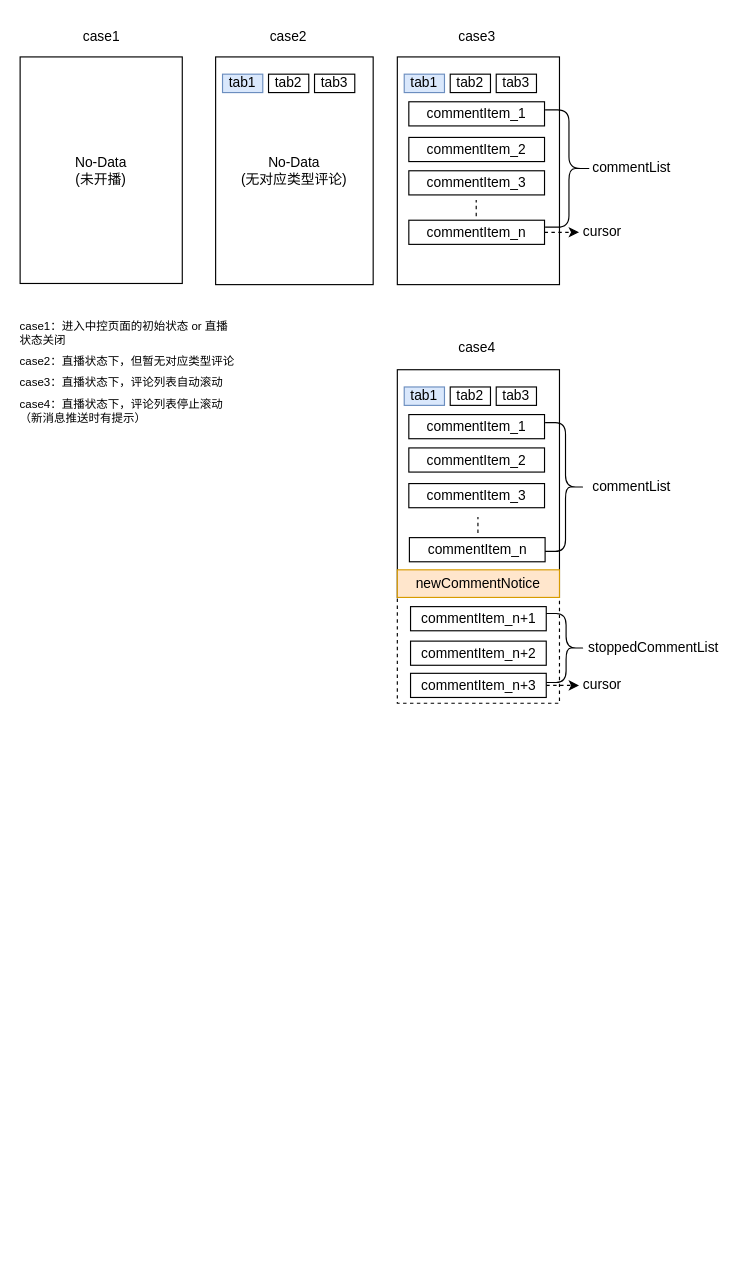
632460788/gitskills keeps this draw.io diagram as page "第 2 页" (2 of 4) of 未命名绘图.drawio. Above is the earlier version. Source tidied: cells renumbered, new cells numbered last; positions are measured from the earlier drawing's top-left corner, leaving out a move shared by most shapes. Both pictures are drawn from the tidied source at 115%, with x=0, y=0 at pixel (20, 20).
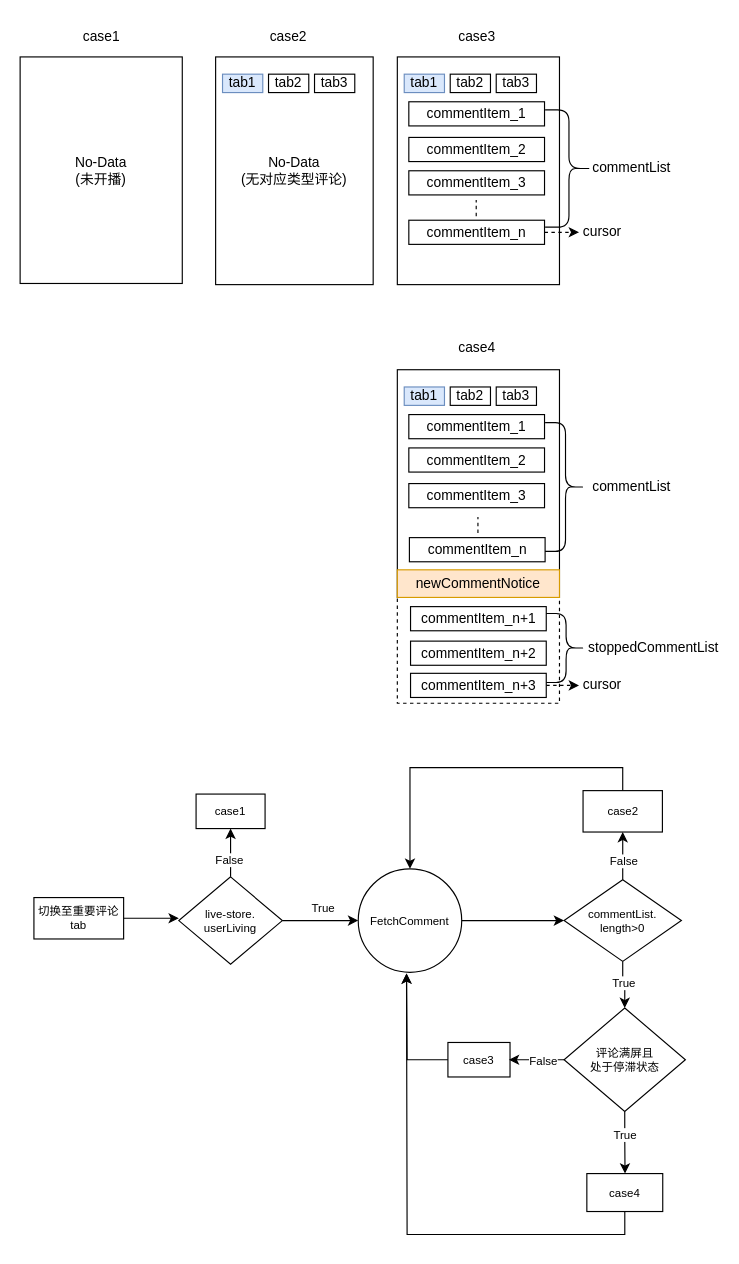
The same diagram, later.

Commit message:
更新未命名绘图.drawio

Change to the diagram source:
```diff
@@
-    <mxCell id="44" value="&lt;h1 style=&quot;font-size: 10px;&quot;&gt;&lt;span style=&quot;line-height: 0.6; font-size: 10px; font-weight: normal;&quot;&gt;&lt;font style=&quot;font-size: 10px;&quot;&gt;case1：进入中控页面的初始状态 or 直播状态关闭&lt;/font&gt;&lt;/span&gt;&lt;/h1&gt;&lt;h1 style=&quot;font-size: 10px;&quot;&gt;&lt;span style=&quot;font-weight: normal;&quot;&gt;case2：直播状态下，但暂无对应类型评论&lt;/span&gt;&lt;/h1&gt;&lt;h1 style=&quot;font-size: 10px;&quot;&gt;&lt;span style=&quot;font-weight: normal;&quot;&gt;case3：直播状态下，评论列表自动滚动&lt;/span&gt;&lt;/h1&gt;&lt;h1 style=&quot;font-size: 10px;&quot;&gt;&lt;span style=&quot;font-weight: normal;&quot;&gt;case4：直播状态下，评论列表停止滚动（新消息推送时有提示）&lt;/span&gt;&lt;/h1&gt;&lt;div style=&quot;font-size: 10px;&quot;&gt;&lt;span style=&quot;font-size: 10px; font-weight: 400;&quot;&gt;&lt;br style=&quot;font-size: 10px;&quot;&gt;&lt;/span&gt;&lt;/div&gt;" style="text;html=1;strokeColor=none;fillColor=none;spacing=0;spacingTop=0;whiteSpace=wrap;overflow=hidden;rounded=0;fontSize=10;" parent="1" vertex="1">
-      <mxGeometry y="248.5" width="186" height="159.5" as="geometry" />
-    </mxCell>
+    <mxCell id="45" style="edgeStyle=orthogonalEdgeStyle;rounded=0;jettySize=auto;html=1;exitX=1;exitY=0.5;exitDx=0;exitDy=0;entryX=0;entryY=0.5;entryDx=0;entryDy=0;fontSize=10;endArrow=classic;endFill=1;strokeWidth=1;" parent="1" edge="1" source="46">
+      <mxGeometry relative="1" as="geometry">
+        <mxPoint x="138" y="781" as="targetPoint" />
+      </mxGeometry>
+    </mxCell>
+    <mxCell id="46" value="切换至重要评论tab" style="rounded=0;whiteSpace=wrap;html=1;fontSize=10;strokeWidth=1;fillColor=none;" parent="1" vertex="1">
+      <mxGeometry x="12" y="763" width="78" height="36" as="geometry" />
+    </mxCell>
+    <mxCell id="47" style="edgeStyle=orthogonalEdgeStyle;rounded=0;jettySize=auto;html=1;exitX=0.5;exitY=0;exitDx=0;exitDy=0;fontSize=10;endArrow=classic;endFill=1;strokeWidth=1;" parent="1" edge="1" source="50">
+      <mxGeometry relative="1" as="geometry">
+        <mxPoint x="183" y="703" as="targetPoint" />
+      </mxGeometry>
+    </mxCell>
+    <mxCell id="48" value="False" style="edgeLabel;html=1;align=center;verticalAlign=middle;fontSize=10;" parent="47" vertex="1">
+      <mxGeometry x="-0.24" y="2" relative="1" as="geometry" />
+    </mxCell>
+    <mxCell id="49" style="edgeStyle=orthogonalEdgeStyle;rounded=0;jettySize=auto;html=1;exitX=1;exitY=0.5;exitDx=0;exitDy=0;fontSize=10;endArrow=classic;endFill=1;strokeWidth=1;" parent="1" edge="1" source="50" target="62">
+      <mxGeometry relative="1" as="geometry" />
+    </mxCell>
+    <mxCell id="50" value="live-store.&lt;br&gt;userLiving" style="rhombus;whiteSpace=wrap;html=1;rounded=0;fontSize=10;strokeWidth=1;fillColor=none;" parent="1" vertex="1">
+      <mxGeometry x="138" y="745" width="90" height="76" as="geometry" />
+    </mxCell>
+    <mxCell id="51" value="case1" style="rounded=0;whiteSpace=wrap;html=1;fontSize=10;strokeWidth=1;fillColor=none;" parent="1" vertex="1">
+      <mxGeometry x="153" y="673" width="60" height="30" as="geometry" />
+    </mxCell>
+    <mxCell id="52" style="edgeStyle=orthogonalEdgeStyle;rounded=0;jettySize=auto;html=1;exitX=0.5;exitY=0;exitDx=0;exitDy=0;entryX=0.5;entryY=1;entryDx=0;entryDy=0;fontSize=10;endArrow=classic;endFill=1;strokeWidth=1;" parent="1" edge="1" source="56" target="60">
+      <mxGeometry relative="1" as="geometry" />
+    </mxCell>
+    <mxCell id="53" value="False" style="edgeLabel;html=1;align=center;verticalAlign=middle;fontSize=10;" parent="52" vertex="1">
+      <mxGeometry x="-0.18" relative="1" as="geometry" />
+    </mxCell>
+    <mxCell id="54" style="edgeStyle=orthogonalEdgeStyle;rounded=0;jettySize=auto;html=1;exitX=0.5;exitY=1;exitDx=0;exitDy=0;entryX=0.5;entryY=0;entryDx=0;entryDy=0;fontSize=10;endArrow=classic;endFill=1;strokeWidth=1;" parent="1" edge="1" source="56" target="67">
+      <mxGeometry relative="1" as="geometry" />
+    </mxCell>
+    <mxCell id="55" value="True" style="edgeLabel;html=1;align=center;verticalAlign=middle;fontSize=10;" parent="54" vertex="1">
+      <mxGeometry x="-0.01" y="2" relative="1" as="geometry" />
+    </mxCell>
+    <mxCell id="56" value="commentList.&lt;br&gt;length&amp;gt;0" style="rhombus;whiteSpace=wrap;html=1;rounded=0;fontSize=10;strokeWidth=1;fillColor=none;" parent="1" vertex="1">
+      <mxGeometry x="473" y="747.5" width="102" height="71" as="geometry" />
+    </mxCell>
+    <mxCell id="57" value="True" style="text;html=1;strokeColor=none;fillColor=none;align=center;verticalAlign=middle;whiteSpace=wrap;rounded=0;fontSize=10;" parent="1" vertex="1">
+      <mxGeometry x="252" y="763" width="24" height="18" as="geometry" />
+    </mxCell>
+    <mxCell id="58" style="edgeStyle=orthogonalEdgeStyle;rounded=0;orthogonalLoop=1;jettySize=auto;html=1;fontSize=10;endArrow=classic;endFill=1;strokeWidth=1;" parent="1" edge="1">
+      <mxGeometry relative="1" as="geometry">
+        <mxPoint x="170" y="986" as="sourcePoint" />
+        <mxPoint x="170" y="986" as="targetPoint" />
+      </mxGeometry>
+    </mxCell>
+    <mxCell id="59" style="edgeStyle=orthogonalEdgeStyle;rounded=0;jettySize=auto;html=1;exitX=0.5;exitY=0;exitDx=0;exitDy=0;fontSize=10;endArrow=classic;endFill=1;strokeWidth=1;" parent="1" edge="1" source="60" target="62">
+      <mxGeometry relative="1" as="geometry" />
+    </mxCell>
+    <mxCell id="60" value="case2" style="rounded=0;whiteSpace=wrap;html=1;fontSize=10;strokeWidth=1;fillColor=none;" parent="1" vertex="1">
+      <mxGeometry x="489.5" y="670" width="69" height="36" as="geometry" />
+    </mxCell>
+    <mxCell id="61" style="edgeStyle=orthogonalEdgeStyle;rounded=0;jettySize=auto;html=1;exitX=1;exitY=0.5;exitDx=0;exitDy=0;entryX=0;entryY=0.5;entryDx=0;entryDy=0;fontSize=10;endArrow=classic;endFill=1;strokeWidth=1;" parent="1" edge="1" source="62" target="56">
+      <mxGeometry relative="1" as="geometry" />
+    </mxCell>
+    <mxCell id="62" value="FetchComment" style="ellipse;whiteSpace=wrap;html=1;rounded=0;fontSize=10;strokeWidth=1;fillColor=none;" parent="1" vertex="1">
+      <mxGeometry x="294" y="738" width="90" height="90" as="geometry" />
+    </mxCell>
+    <mxCell id="63" style="edgeStyle=orthogonalEdgeStyle;rounded=0;jettySize=auto;html=1;exitX=0.5;exitY=1;exitDx=0;exitDy=0;fontSize=10;endArrow=classic;endFill=1;strokeWidth=1;" parent="1" edge="1" source="67">
+      <mxGeometry relative="1" as="geometry">
+        <mxPoint x="526" y="1003" as="targetPoint" />
+      </mxGeometry>
+    </mxCell>
+    <mxCell id="64" value="True" style="edgeLabel;html=1;align=center;verticalAlign=middle;fontSize=10;" parent="63" vertex="1">
+      <mxGeometry x="-0.26" relative="1" as="geometry" />
+    </mxCell>
+    <mxCell id="65" style="edgeStyle=orthogonalEdgeStyle;rounded=0;jettySize=auto;html=1;exitX=0;exitY=0.5;exitDx=0;exitDy=0;fontSize=10;endArrow=classic;endFill=1;strokeWidth=1;" parent="1" edge="1" source="67">
+      <mxGeometry relative="1" as="geometry">
+        <mxPoint x="425" y="904" as="targetPoint" />
+      </mxGeometry>
+    </mxCell>
+    <mxCell id="66" value="False" style="edgeLabel;html=1;align=center;verticalAlign=middle;fontSize=10;" parent="65" vertex="1">
+      <mxGeometry x="-0.21" relative="1" as="geometry" />
+    </mxCell>
+    <mxCell id="67" value="评论满屏且&lt;br&gt;处于停滞状态" style="rhombus;whiteSpace=wrap;html=1;rounded=0;fontSize=10;strokeWidth=1;fillColor=none;" parent="1" vertex="1">
+      <mxGeometry x="473" y="859" width="105.5" height="90" as="geometry" />
+    </mxCell>
+    <mxCell id="68" style="edgeStyle=orthogonalEdgeStyle;rounded=0;jettySize=auto;html=1;exitX=0;exitY=0.5;exitDx=0;exitDy=0;fontSize=10;endArrow=classic;endFill=1;strokeWidth=1;" parent="1" edge="1" source="69">
+      <mxGeometry relative="1" as="geometry">
+        <mxPoint x="336" y="829" as="targetPoint" />
+      </mxGeometry>
+    </mxCell>
+    <mxCell id="69" value="case3" style="rounded=0;whiteSpace=wrap;html=1;fontSize=10;strokeWidth=1;fillColor=none;" parent="1" vertex="1">
+      <mxGeometry x="372" y="889" width="54" height="30" as="geometry" />
+    </mxCell>
+    <mxCell id="70" style="edgeStyle=orthogonalEdgeStyle;rounded=0;jettySize=auto;html=1;exitX=0.5;exitY=1;exitDx=0;exitDy=0;fontSize=10;endArrow=classic;endFill=1;strokeWidth=1;" parent="1" edge="1" source="71">
+      <mxGeometry relative="1" as="geometry">
+        <mxPoint x="336" y="829" as="targetPoint" />
+      </mxGeometry>
+    </mxCell>
+    <mxCell id="71" value="case4" style="rounded=0;whiteSpace=wrap;html=1;fontSize=10;strokeWidth=1;fillColor=none;" parent="1" vertex="1">
+      <mxGeometry x="492.8" y="1003" width="66" height="33" as="geometry" />
+    </mxCell>
```
